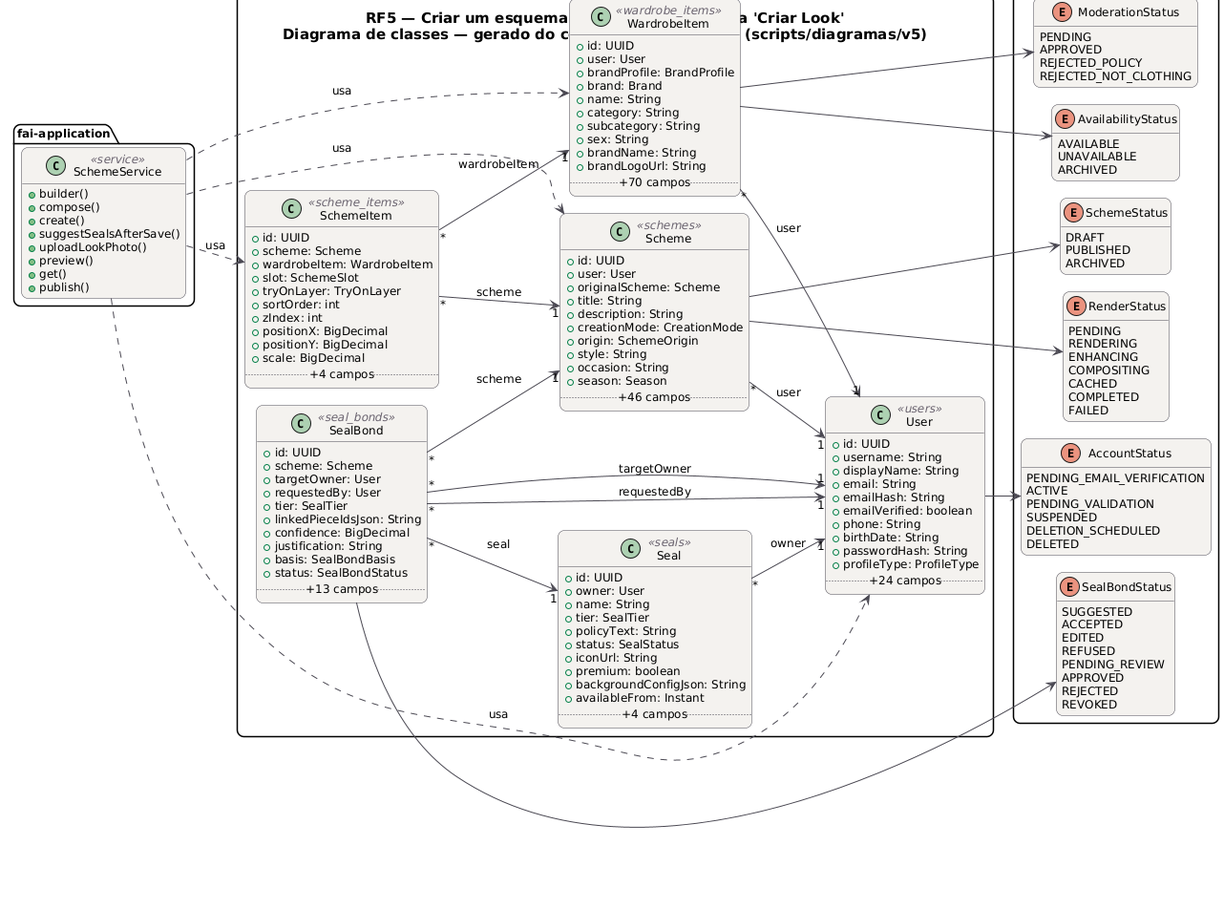
This is docs/diagramas/RF5/RF5_Classes.png from MatheusHaliski/tcc-2026-fashion-ai-backend, a PlantUML export, as it was before one commit.
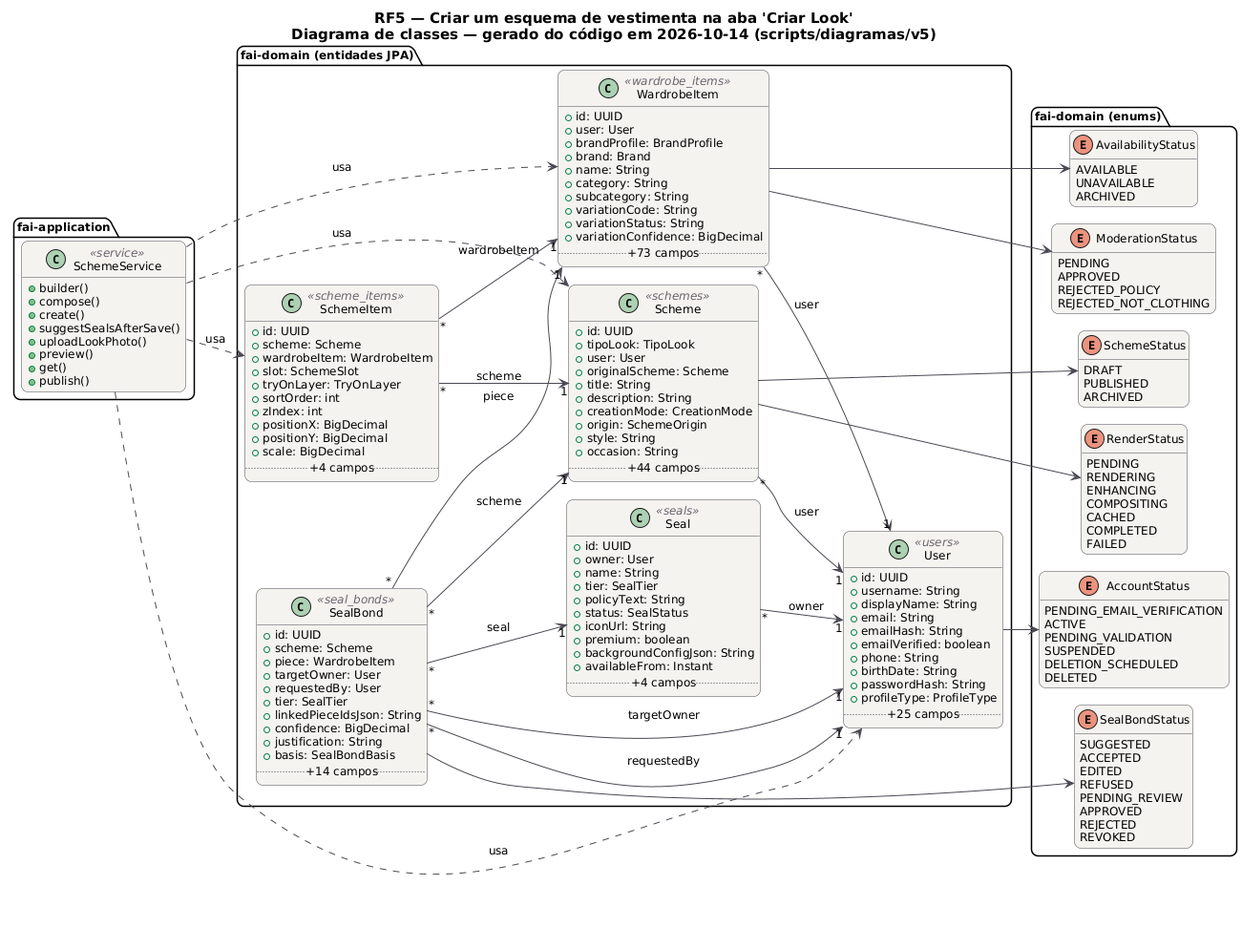
After the commit.

Diff of the diagram source:
```diff
@@ -20,11 +20,12 @@
 }
 hide empty members
 left to right direction
-title RF5 — Criar um esquema de vestimenta na aba 'Criar Look'\nDiagrama de classes — gerado do código em 2026-10-06 (scripts/diagramas/v5)
+title RF5 — Criar um esquema de vestimenta na aba 'Criar Look'\nDiagrama de classes — gerado do código em 2026-10-14 (scripts/diagramas/v5)
 
 package "fai-domain (entidades JPA)" {
   class Scheme <<schemes>> {
     +id: UUID
+    +tipoLook: TipoLook
     +user: User
     +originalScheme: Scheme
     +title: String
@@ -33,8 +34,7 @@
     +origin: SchemeOrigin
     +style: String
     +occasion: String
-    +season: Season
-    .. +46 campos ..
+    .. +44 campos ..
   }
   class SchemeItem <<scheme_items>> {
     +id: UUID
@@ -52,6 +52,7 @@
   class SealBond <<seal_bonds>> {
     +id: UUID
     +scheme: Scheme
+    +piece: WardrobeItem
     +targetOwner: User
     +requestedBy: User
     +tier: SealTier
@@ -59,8 +60,7 @@
     +confidence: BigDecimal
     +justification: String
     +basis: SealBondBasis
-    +status: SealBondStatus
-    .. +13 campos ..
+    .. +14 campos ..
   }
   class User <<users>> {
     +id: UUID
@@ -73,7 +73,7 @@
     +birthDate: String
     +passwordHash: String
     +profileType: ProfileType
-    .. +24 campos ..
+    .. +25 campos ..
   }
   class WardrobeItem <<wardrobe_items>> {
     +id: UUID
@@ -83,10 +83,10 @@
     +name: String
     +category: String
     +subcategory: String
-    +sex: String
-    +brandName: String
-    +brandLogoUrl: String
-    .. +70 campos ..
+    +variationCode: String
+    +variationStatus: String
+    +variationConfidence: BigDecimal
+    .. +73 campos ..
   }
   class Seal <<seals>> {
     +id: UUID
@@ -173,6 +173,7 @@
 SealBond "*" --> "1" Seal : seal
 SealBond "*" --> "1" User : requestedBy
 SealBond "*" --> "1" User : targetOwner
+SealBond "*" --> "1" WardrobeItem : piece
 SealBond --> SealBondStatus
 User --> AccountStatus
 WardrobeItem "*" --> "1" User : user
```
